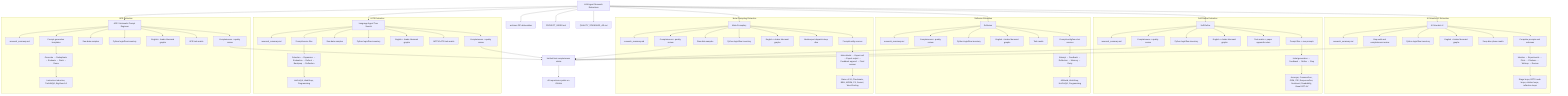
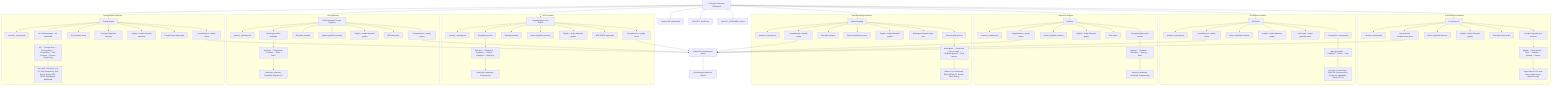
flowchart TD
  ROOT[LLM Agent Research Extractions] --> AIS[AI Scientist v2]
  ROOT --> SR[Self-Refine]
  ROOT --> RX[Reflexion]
  ROOT --> MP[Meta-Prompting]
  ROOT --> LATS[Language Agent Tree Search]
  ROOT --> APE[APE / Automatic Prompt Engineer]
+   ROOT --> PR[Prompt Report]

  subgraph AIP[AI Scientist v2 Extraction]
    AIS --> AI_SUM[research_summary.md]
    AIS --> AI_PROMPTS[Complete prompts and schemas]
    AIS --> AI_LOGIC[Python logic/flow inventory]
    AIS --> AI_GRAPH[English + Arabic Mermaid graphs]
    AIS --> AI_DEEP[Deep dive phase matrix]
    AIS --> AI_AUDIT[Gap audit and completeness review]
    AI_PROMPTS --> AI_PHASES[Ideation → Experiments → Plots → Citations → Writeup → Review]
    AI_PHASES --> AI_LOOPS[Stage loops, BFTS node loops, citation loops, reflection loops]
  end

  subgraph SRP[Self-Refine Extraction]
    SR --> SR_SUM[research_summary.md]
    SR --> SR_PROMPTS[Prompt files + raw prompts]
    SR --> SR_LOGIC[Python logic/flow inventory]
    SR --> SR_GRAPH[English + Arabic Mermaid graphs]
    SR --> SR_DEEP[Task matrix + paper appendix notes]
    SR --> SR_AUDIT[Completeness + quality review]
    SR_PROMPTS --> SR_PHASES[Initial generation → Feedback → Refine → Stop]
    SR_PHASES --> SR_TASKS[Acronym, CommonGen, GSM, PIE, ResponseGen, Sentiment, Readability, Visual GPT-4V]
  end

  subgraph RXP[Reflexion Extraction]
    RX --> RX_SUM[research_summary.md]
    RX --> RX_PROMPTS[Prompt/config/few-shot sources]
    RX --> RX_LOGIC[Python logic/flow inventory]
    RX --> RX_GRAPH[English + Arabic Mermaid graphs]
    RX --> RX_DEEP[Task matrix]
    RX --> RX_AUDIT[Completeness + quality review]
    RX_PROMPTS --> RX_PHASES[Attempt → Feedback → Reflection → Memory → Retry]
    RX_PHASES --> RX_TASKS[AlfWorld, WebShop, HotPotQA, Programming]
  end


  subgraph MPP[Meta-Prompting Extraction]
    MP --> MP_SUM[research_summary.md]
    MP --> MP_PROMPTS[Prompt/config sources]
    MP --> MP_DATA[Raw data samples]
    MP --> MP_LOGIC[Python logic/flow inventory]
    MP --> MP_GRAPH[English + Arabic Mermaid graphs]
    MP --> MP_DEEP[Meta/expert dispatch deep dive]
    MP --> MP_AUDIT[Completeness + quality review]
    MP_PROMPTS --> MP_PHASES[Meta Model → Expert call → Expert output → Feedback append → Final answer]
    MP_PHASES --> MP_TASKS[Game of 24, Checkmate, BBH, MGSM, P3, Sonnet, Word Sorting]
  end


  subgraph LATSP[LATS Extraction]
    LATS --> LATS_SUM[research_summary.md]
    LATS --> LATS_PROMPTS[Prompt/source files]
    LATS --> LATS_DATA[Raw data samples]
    LATS --> LATS_LOGIC[Python logic/flow inventory]
    LATS --> LATS_GRAPH[English + Arabic Mermaid graphs]
    LATS --> LATS_DEEP[MCTS/LATS task matrix]
    LATS --> LATS_AUDIT[Completeness + quality review]
    LATS_PROMPTS --> LATS_PHASES[Selection → Expansion → Evaluation → Rollout → Backprop → Reflection]
    LATS_PHASES --> LATS_TASKS[HotPotQA, WebShop, Programming]
  end

  subgraph APEP[APE Extraction]
    APE --> APE_SUM[research_summary.md]
    APE --> APE_PROMPTS[Prompt generation templates]
    APE --> APE_DATA[Raw data samples]
    APE --> APE_LOGIC[Python logic/flow inventory]
    APE --> APE_GRAPH[English + Arabic Mermaid graphs]
    APE --> APE_DEEP[APE task matrix]
    APE --> APE_AUDIT[Completeness + quality review]
    APE_PROMPTS --> APE_PHASES[Generate → Deduplicate → Evaluate → Rank → Demo]
    APE_PHASES --> APE_TASKS[Instruction Induction, TruthfulQA, Big-Bench II]
  end

+   subgraph PRP[Prompt Report Extraction]
+     PR --> PR_SUM[research_summary.md]
+     PR --> PR_PROMPTS[58 LLM techniques + 40 multimodal]
+     PR --> PR_VOCAB[33 vocabulary terms]
+     PR --> PR_LOGIC[Technique logic/flow inventory]
+     PR --> PR_GRAPH[English + Arabic Mermaid taxonomy]
+     PR --> PR_DEEP[Prompt Report task matrix]
+     PR --> PR_AUDIT[Completeness + quality review]
+     PR_PROMPTS --> PR_PHASES[ICL → Thought Gen → Decomposition → Ensembling → Self-Criticism → Answer Engineering]
+     PR_PHASES --> PR_TASKS[Zero-Shot, Few-Shot, CoT, ToT, Self-Consistency, Self-Refine, ReAct, APE, OPRO, Multilingual, Multimodal]
+   end
+ 
  ROOT --> ARCH[archives ZIP deliverables]
  ROOT --> INDEX[PROJECT_INDEX.md]
  ROOT --> STANDARD[QUALITY_STANDARD_AR.md]

  AI_AUDIT --> FINAL[Unified final completeness status]
  SR_AUDIT --> FINAL
  RX_AUDIT --> FINAL
  MP_AUDIT --> FINAL
  LATS_AUDIT --> FINAL
  APE_AUDIT --> FINAL
+   PR_AUDIT --> FINAL
  FINAL --> PUBLIC[All repositories public on GitHub]

